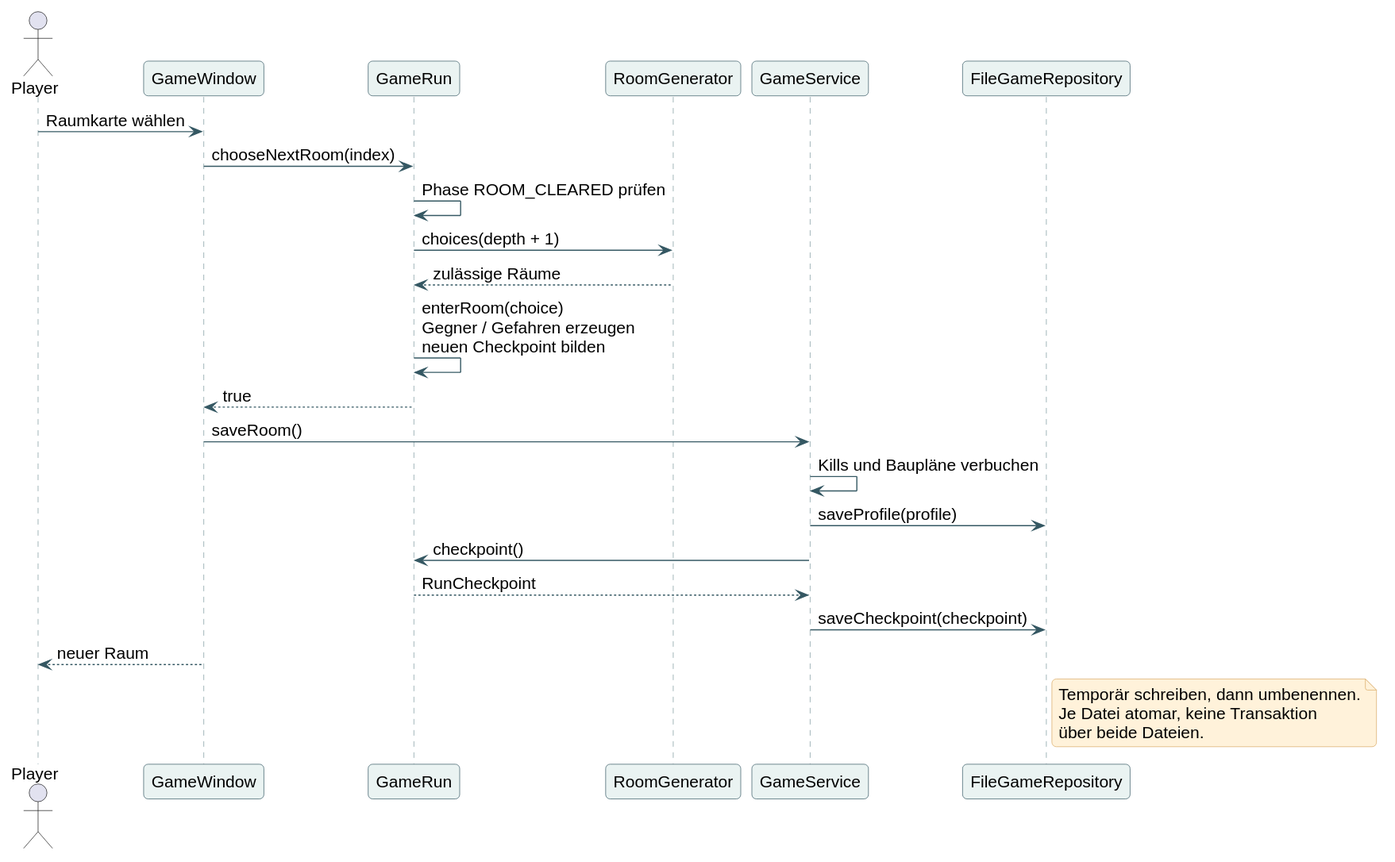
Before: docs/diagrams/09-room-sequence.svg, a diagram exported from PlantUML (bassdav2/abyss).
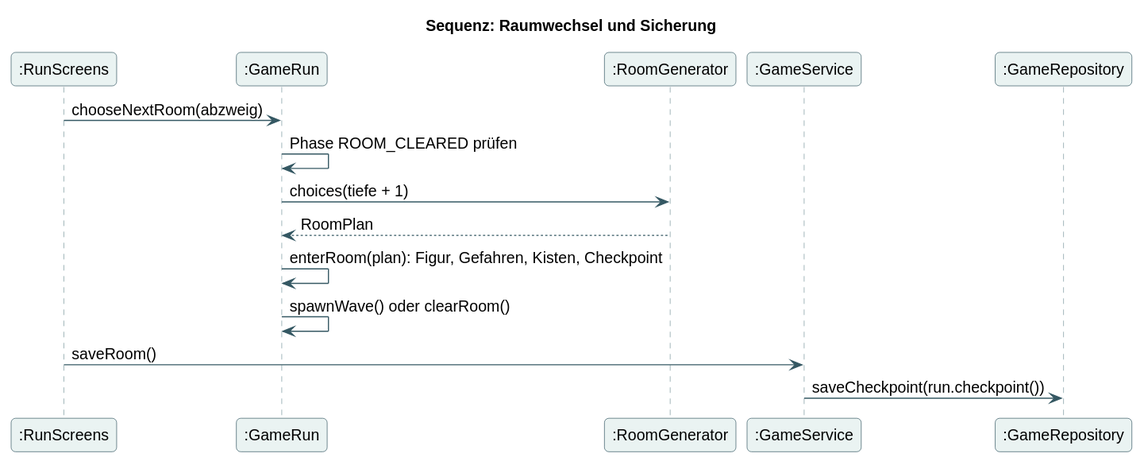
After the commit.

What changed in the source:
```diff
@@ -1,7 +1,7 @@
 @startuml
 skinparam backgroundColor #FFFFFF
 skinparam defaultFontName Arial
-skinparam defaultFontSize 15
+skinparam defaultFontSize 14
 skinparam shadowing false
 skinparam roundcorner 8
 skinparam ArrowColor #355863
@@ -14,30 +14,21 @@
 skinparam noteBorderColor #D8AA64
 skinparam packageBackgroundColor #F5F8F7
 skinparam packageBorderColor #6E8B91
+skinparam stateBackgroundColor #EAF3F2
+skinparam stateBorderColor #355863
 hide empty members
-actor Player
-participant GameWindow as UI
-participant GameRun as Run
-participant RoomGenerator as Generator
-participant GameService as Service
-participant FileGameRepository as Repo
-Player -> UI : Raumkarte wählen
-UI -> Run : chooseNextRoom(index)
-Run -> Run : Phase ROOM_CLEARED prüfen
-Run -> Generator : choices(depth + 1)
-Generator --> Run : zulässige Räume
-Run -> Run : enterRoom(choice)\nGegner / Gefahren erzeugen\nneuen Checkpoint bilden
-Run --> UI : true
-UI -> Service : saveRoom()
-Service -> Service : Kills und Baupläne verbuchen
-Service -> Repo : saveProfile(profile)
-Service -> Run : checkpoint()
-Run --> Service : RunCheckpoint
-Service -> Repo : saveCheckpoint(checkpoint)
-UI --> Player : neuer Raum
-note right of Repo
-Temporär schreiben, dann umbenennen.
-Je Datei atomar, keine Transaktion
-über beide Dateien.
-end note
+title Sequenz: Raumwechsel und Sicherung
+participant ":RunScreens" as U
+participant ":GameRun" as R
+participant ":RoomGenerator" as G
+participant ":GameService" as S
+participant ":GameRepository" as Repo
+U -> R : chooseNextRoom(abzweig)
+R -> R : Phase ROOM_CLEARED prüfen
+R -> G : choices(tiefe + 1)
+G --> R : RoomPlan
+R -> R : enterRoom(plan): Figur, Gefahren, Kisten, Checkpoint
+R -> R : spawnWave() oder clearRoom()
+U -> S : saveRoom()
+S -> Repo : saveCheckpoint(run.checkpoint())
 @enduml
```
